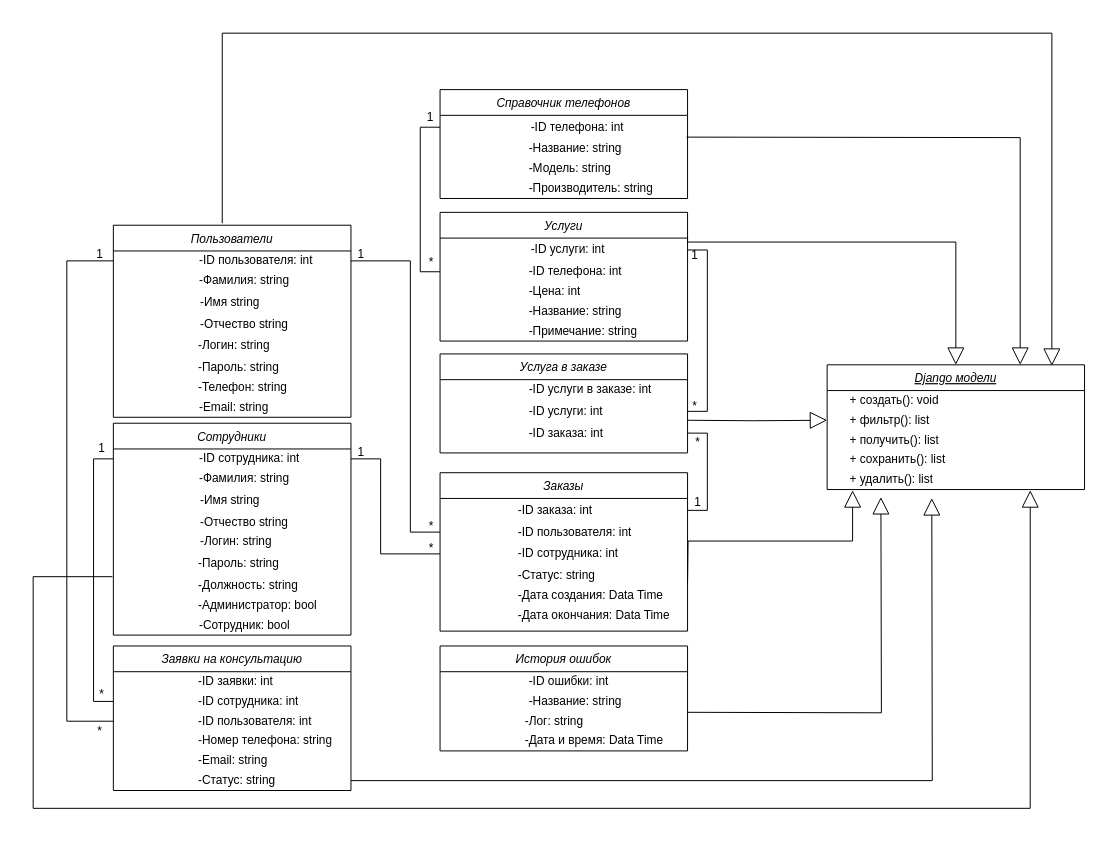
Above: page "Логическая диаграмма классов приложения" (2 of 5) of Курсач/Диаграммы/Диаграмма классов анализа.drawio in JolyBin/Valeriy (draw.io), before the change. Source tidied: cells renumbered, new cells numbered last; positions are measured from the earlier drawing's top-left corner, leaving out a move shared by most shapes. Both pictures are drawn from the tidied source at 99%, with x=0, y=0 at pixel (33, 33).
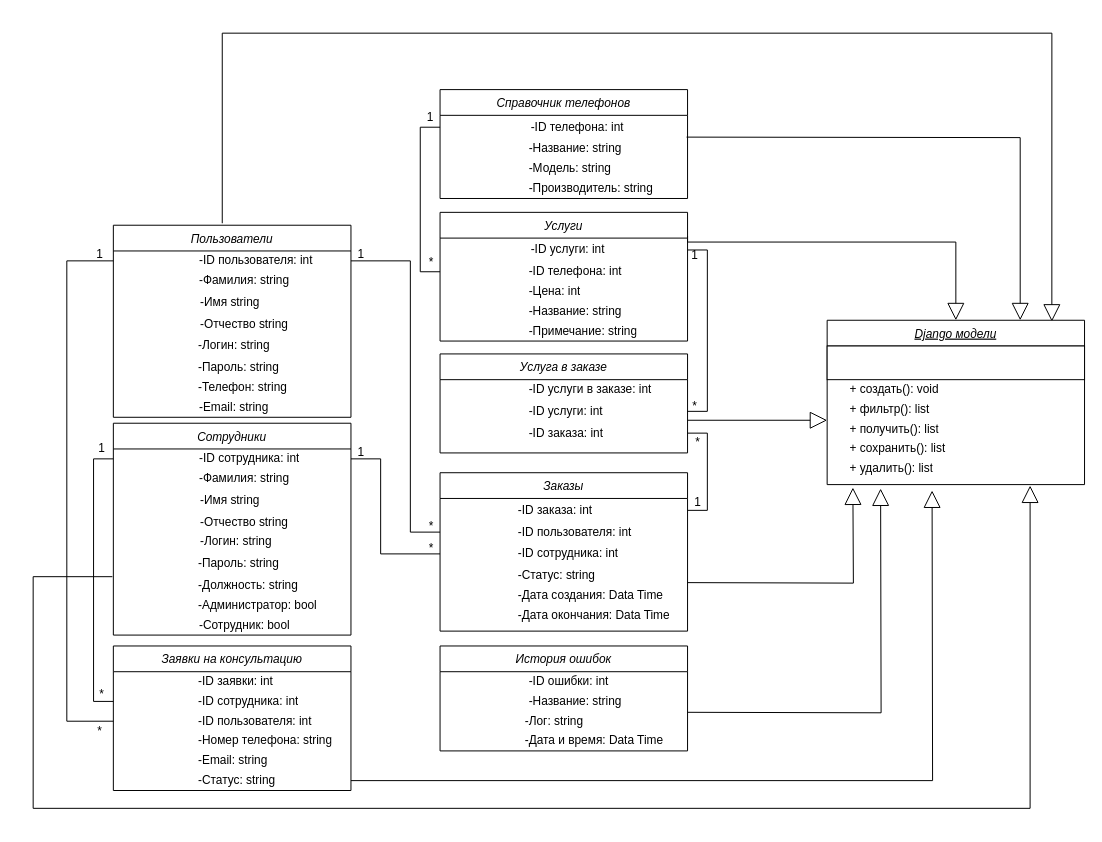
After the change.

The change refers to these unchanged cells:
```xml
<mxCell id="53" style="shape=partialRectangle;html=1;whiteSpace=wrap;fillColor=none;top=0;left=0;bottom=0;right=0;points=[[0,0.5],[1,0.5]];portConstraint=eastwest;" parent="49" vertex="1">
  <mxGeometry y="24" width="240" height="20" as="geometry" />
</mxCell>
<mxCell id="80" style="shape=partialRectangle;html=1;whiteSpace=wrap;fillColor=none;top=0;left=0;bottom=0;right=0;points=[[0,0.5],[1,0.5]];portConstraint=eastwest;" parent="63" vertex="1">
  <mxGeometry y="126" width="240" height="20" as="geometry" />
</mxCell>
<mxCell id="193" style="shape=partialRectangle;html=1;whiteSpace=wrap;fillColor=none;top=0;left=0;bottom=0;right=0;points=[[0,0.5],[1,0.5]];portConstraint=eastwest;" parent="189" vertex="1">
  <mxGeometry y="20" width="260" height="20" as="geometry" />
</mxCell>
```

What changed in the source:
```diff
@@
     <mxCell id="182" style="edgeStyle=orthogonalEdgeStyle;rounded=0;jettySize=auto;html=1;exitX=1;exitY=0.5;exitDx=0;exitDy=0;endArrow=block;endFill=0;endSize=15;" parent="1" edge="1" source="80">
       <mxGeometry relative="1" as="geometry">
-        <mxPoint x="907.7" y="469.7" as="targetPoint" />
+        <mxPoint x="908" y="462" as="targetPoint" />
       </mxGeometry>
     </mxCell>
@@
-    <mxCell id="184" style="edgeStyle=orthogonalEdgeStyle;rounded=0;jettySize=auto;html=1;entryX=0;entryY=0.5;entryDx=0;entryDy=0;endArrow=block;endFill=0;endSize=15;" parent="1" edge="1" target="193">
+    <mxCell id="184" style="edgeStyle=orthogonalEdgeStyle;rounded=0;orthogonalLoop=1;jettySize=auto;html=1;endArrow=block;endFill=0;endSize=15;" parent="1" edge="1">
       <mxGeometry relative="1" as="geometry">
         <mxPoint x="661" y="391" as="sourcePoint" />
+        <mxPoint x="802" y="391" as="targetPoint" />
+        <Array as="points">
+          <mxPoint x="802" y="391" />
+        </Array>
       </mxGeometry>
     </mxCell>
-    <mxCell id="185" style="edgeStyle=orthogonalEdgeStyle;rounded=0;jettySize=auto;html=1;exitX=1;exitY=0.5;exitDx=0;exitDy=0;entryX=0.099;entryY=1.036;entryDx=0;entryDy=0;entryPerimeter=0;endArrow=block;endFill=0;endSize=15;" parent="1" edge="1" target="202">
+    <mxCell id="185" style="edgeStyle=orthogonalEdgeStyle;rounded=0;orthogonalLoop=1;jettySize=auto;html=1;exitX=1;exitY=0.5;exitDx=0;exitDy=0;endArrow=block;endFill=0;endSize=15;" parent="1" edge="1">
       <mxGeometry relative="1" as="geometry">
         <mxPoint x="661" y="555" as="sourcePoint" />
+        <mxPoint x="828" y="459" as="targetPoint" />
       </mxGeometry>
     </mxCell>
     <mxCell id="186" style="edgeStyle=orthogonalEdgeStyle;rounded=0;orthogonalLoop=1;jettySize=auto;html=1;endArrow=block;endFill=0;endSize=15;" parent="1" edge="1">
       <mxGeometry relative="1" as="geometry">
         <mxPoint x="661" y="686" as="sourcePoint" />
-        <mxPoint x="856.3" y="468.6" as="targetPoint" />
+        <mxPoint x="856" y="460" as="targetPoint" />
       </mxGeometry>
     </mxCell>
-    <mxCell id="187" style="edgeStyle=orthogonalEdgeStyle;rounded=0;jettySize=auto;html=1;exitX=-0.004;exitY=0.05;exitDx=0;exitDy=0;entryX=0.789;entryY=1.036;entryDx=0;entryDy=0;entryPerimeter=0;endArrow=block;endFill=0;endSize=15;exitPerimeter=0;" parent="1" edge="1" source="53" target="202">
+    <mxCell id="187" style="edgeStyle=orthogonalEdgeStyle;rounded=0;jettySize=auto;html=1;exitX=-0.004;exitY=0.05;exitDx=0;exitDy=0;endArrow=block;endFill=0;endSize=15;exitPerimeter=0;" parent="1" edge="1" source="53">
       <mxGeometry relative="1" as="geometry">
+        <mxPoint x="1007" y="457" as="targetPoint" />
         <Array as="points">
           <mxPoint y="549" />
           <mxPoint y="783" />
           <mxPoint x="1007" y="783" />
         </Array>
       </mxGeometry>
     </mxCell>
     <mxCell id="188" value="Django модели" style="swimlane;fontStyle=6;align=center;verticalAlign=top;horizontal=1;startSize=26;rounded=0;shadow=0;strokeWidth=1;" parent="1" vertex="1">
-      <mxGeometry x="802" y="335" width="260" height="126" as="geometry" />
+      <mxGeometry x="802" y="290" width="260" height="166" as="geometry" />
     </mxCell>
+    <mxCell id="205" style="rounded=0;whiteSpace=wrap;html=1;strokeColor=#000000;" parent="188" vertex="1">
+      <mxGeometry y="26" width="260" height="34" as="geometry" />
+    </mxCell>
     <mxCell id="189" style="shape=table;html=1;whiteSpace=wrap;startSize=0;childLayout=tableLayout;fillColor=none;align=left;strokeColor=none;" parent="188" vertex="1">
-      <mxGeometry y="26" width="260" height="40" as="geometry" />
+      <mxGeometry y="60" width="260" height="40" as="geometry" />
     </mxCell>
@@
     <mxCell id="196" style="shape=partialRectangle;html=1;whiteSpace=wrap;fillColor=none;top=0;left=0;bottom=0;right=0;" parent="188" vertex="1">
-      <mxGeometry y="66" width="260" height="20" as="geometry" />
+      <mxGeometry y="100" width="260" height="20" as="geometry" />
     </mxCell>
@@
     <mxCell id="199" style="shape=partialRectangle;html=1;whiteSpace=wrap;fillColor=none;top=0;left=0;bottom=0;right=0;" parent="188" vertex="1">
-      <mxGeometry y="86" width="260" height="20" as="geometry" />
+      <mxGeometry y="120" width="260" height="20" as="geometry" />
     </mxCell>
@@
     <mxCell id="202" style="shape=partialRectangle;html=1;whiteSpace=wrap;fillColor=none;top=0;left=0;bottom=0;right=0;points=[[0,0.5],[1,0.5]];portConstraint=eastwest;" parent="188" vertex="1">
-      <mxGeometry y="106" width="260" height="20" as="geometry" />
+      <mxGeometry y="140" width="260" height="20" as="geometry" />
     </mxCell>
```
